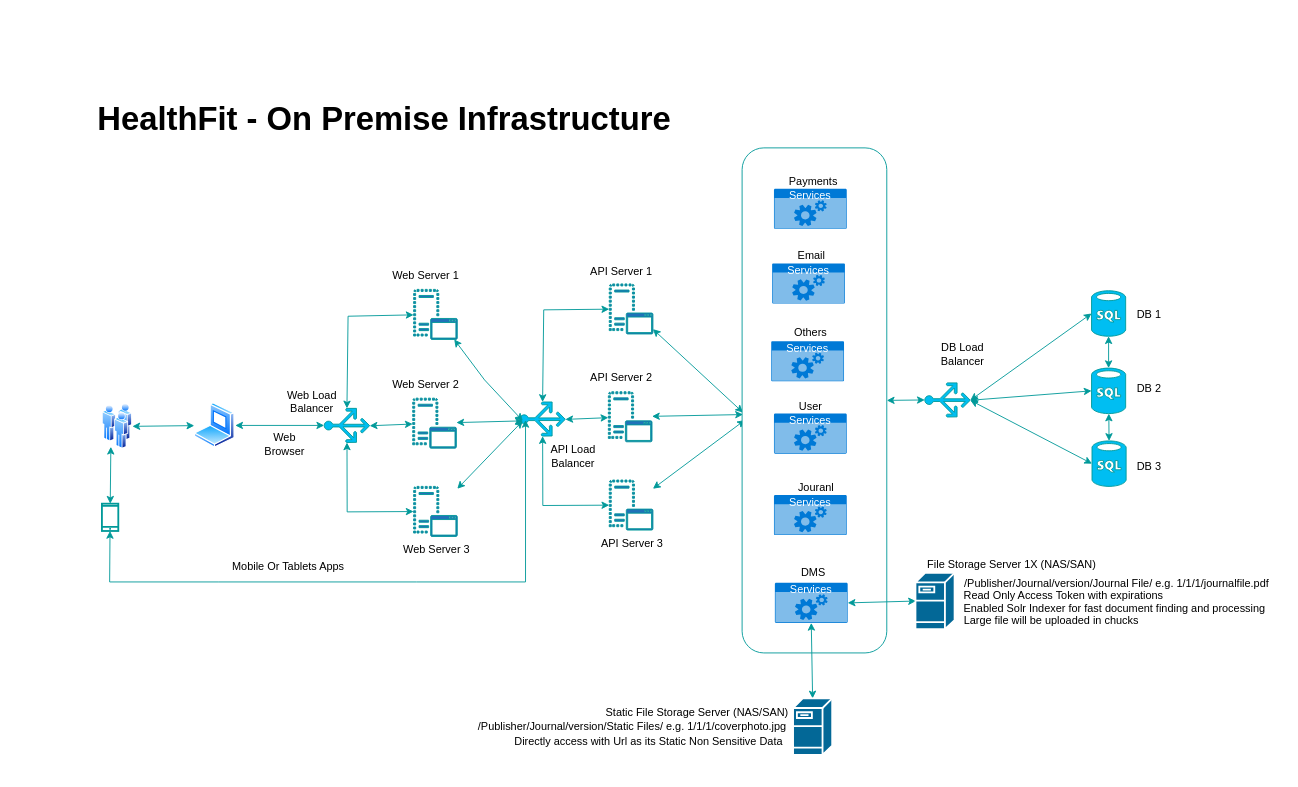
Above: Requirement Documents/HealthFit - Architecture Diagram.drawio in vishalbajad/HealthFit (draw.io), before the change. Source tidied: cells renumbered, new cells numbered last; positions are measured from the earlier drawing's top-left corner, leaving out a move shared by most shapes. Both pictures are drawn from the tidied source at 91%, with x=0, y=0 at pixel (66, 88).
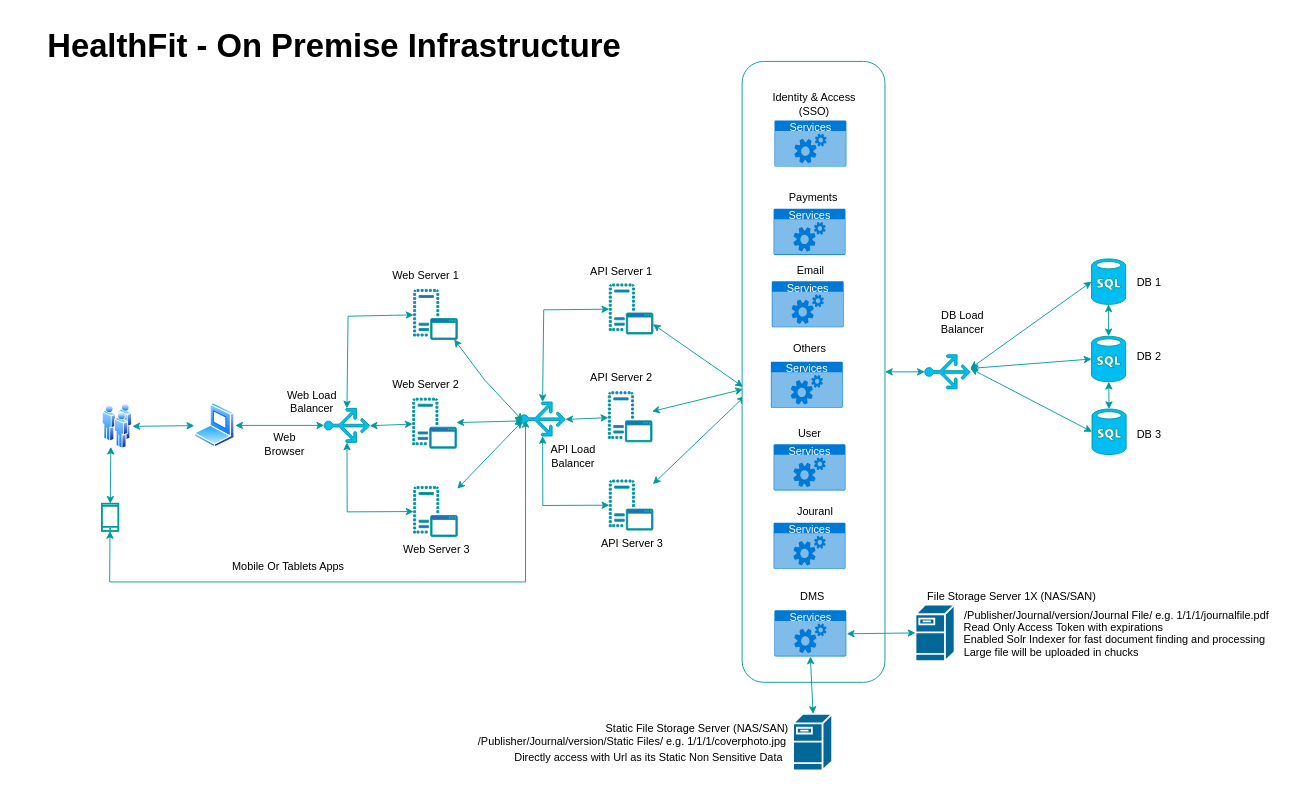
After the change.

Change to the diagram source:
```diff
@@
     <mxCell id="2" style="verticalLabelPosition=bottom;html=1;verticalAlign=top;align=center;strokeColor=#009999;fillColor=#00BEF2;shape=mxgraph.azure.sql_database;" parent="1" vertex="1">
-      <mxGeometry x="1127" y="222" width="37.5" height="50" as="geometry" />
+      <mxGeometry x="1127" y="187" width="37.5" height="50" as="geometry" />
     </mxCell>
     <mxCell id="3" value="DB 1" style="text;html=1;align=center;verticalAlign=middle;strokeColor=#;fillColor=none;" parent="1" vertex="1">
-      <mxGeometry x="1164.5" y="233" width="50" height="30" as="geometry" />
+      <mxGeometry x="1164.5" y="198" width="50" height="30" as="geometry" />
     </mxCell>
     <mxCell id="4" style="verticalLabelPosition=bottom;html=1;verticalAlign=top;align=center;strokeColor=#009999;fillColor=#00BEF2;shape=mxgraph.azure.sql_database;" parent="1" vertex="1">
-      <mxGeometry x="1127.5" y="387" width="37.5" height="50" as="geometry" />
+      <mxGeometry x="1127.5" y="352" width="37.5" height="50" as="geometry" />
     </mxCell>
     <mxCell id="5" value="DB 2" style="text;html=1;align=center;verticalAlign=middle;strokeColor=#;fillColor=none;" parent="1" vertex="1">
-      <mxGeometry x="1165" y="315" width="50" height="30" as="geometry" />
+      <mxGeometry x="1165" y="280" width="50" height="30" as="geometry" />
     </mxCell>
     <mxCell id="6" style="verticalLabelPosition=bottom;html=1;verticalAlign=top;align=center;strokeColor=#009999;fillColor=#00BEF2;shape=mxgraph.azure.sql_database;" parent="1" vertex="1">
-      <mxGeometry x="1127" y="307" width="37.5" height="50" as="geometry" />
+      <mxGeometry x="1127" y="272" width="37.5" height="50" as="geometry" />
     </mxCell>
     <mxCell id="7" value="DB 3" style="text;html=1;align=center;verticalAlign=middle;strokeColor=#;fillColor=none;" parent="1" vertex="1">
-      <mxGeometry x="1164.5" y="400" width="50" height="30" as="geometry" />
+      <mxGeometry x="1164.5" y="365" width="50" height="30" as="geometry" />
     </mxCell>
@@
     <mxCell id="20" style="verticalLabelPosition=bottom;html=1;verticalAlign=top;align=center;strokeColor=#009999;fillColor=#00BEF2;shape=mxgraph.azure.load_balancer_generic;rotation=-90;" parent="1" vertex="1">
-      <mxGeometry x="950" y="317" width="37.5" height="50" as="geometry" />
+      <mxGeometry x="950" y="286.1" width="37.5" height="50" as="geometry" />
     </mxCell>
-    <mxCell id="21" style="endArrow=classic;startArrow=classic;html=1;rounded=0;fillColor=#3399FF;strokeColor=#009999;exitX=0.49;exitY=1;exitDx=0;exitDy=0;exitPerimeter=0;entryX=0;entryY=0.5;entryDx=0;entryDy=0;entryPerimeter=0;" parent="1" edge="1" source="20" target="2">
-      <mxGeometry relative="1" as="geometry" />
+    <mxCell id="21" style="endArrow=classic;startArrow=classic;html=1;rounded=0;fillColor=#3399FF;strokeColor=#009999;exitX=0.49;exitY=1;exitDx=0;exitDy=0;exitPerimeter=0;entryX=0;entryY=0.5;entryDx=0;entryDy=0;entryPerimeter=0;" parent="1" edge="1" target="2">
+      <mxGeometry relative="1" as="geometry">
+        <mxPoint x="993.8" y="307.4" as="sourcePoint" />
+      </mxGeometry>
     </mxCell>
-    <mxCell id="22" style="endArrow=classic;startArrow=classic;html=1;rounded=0;fillColor=#3399FF;strokeColor=#009999;entryX=0;entryY=0.5;entryDx=0;entryDy=0;entryPerimeter=0;exitX=0.49;exitY=1;exitDx=0;exitDy=0;exitPerimeter=0;" parent="1" edge="1" source="20" target="4">
-      <mxGeometry relative="1" as="geometry" />
+    <mxCell id="22" style="endArrow=classic;startArrow=classic;html=1;rounded=0;fillColor=#3399FF;strokeColor=#009999;entryX=0;entryY=0.5;entryDx=0;entryDy=0;entryPerimeter=0;exitX=0.49;exitY=1;exitDx=0;exitDy=0;exitPerimeter=0;" parent="1" edge="1" target="4">
+      <mxGeometry relative="1" as="geometry">
+        <mxPoint x="993.8" y="307.4" as="sourcePoint" />
+      </mxGeometry>
     </mxCell>
-    <mxCell id="23" style="endArrow=classic;startArrow=classic;html=1;rounded=0;fillColor=#3399FF;strokeColor=#009999;exitX=0.49;exitY=1;exitDx=0;exitDy=0;exitPerimeter=0;entryX=0;entryY=0.5;entryDx=0;entryDy=0;entryPerimeter=0;" parent="1" edge="1" source="20" target="6">
-      <mxGeometry relative="1" as="geometry" />
+    <mxCell id="23" style="endArrow=classic;startArrow=classic;html=1;rounded=0;fillColor=#3399FF;strokeColor=#009999;exitX=0.49;exitY=1;exitDx=0;exitDy=0;exitPerimeter=0;entryX=0;entryY=0.5;entryDx=0;entryDy=0;entryPerimeter=0;" parent="1" edge="1" target="6">
+      <mxGeometry relative="1" as="geometry">
+        <mxPoint x="993.8" y="307.4" as="sourcePoint" />
+      </mxGeometry>
     </mxCell>
@@
     <mxCell id="43" value="DB Load &lt;br&gt;Balancer" style="text;html=1;align=center;verticalAlign=middle;strokeColor=#;fillColor=none;" parent="1" vertex="1">
-      <mxGeometry x="950" y="272" width="70" height="40" as="geometry" />
+      <mxGeometry x="950" y="237" width="70" height="40" as="geometry" />
     </mxCell>
@@
     <mxCell id="49" value="&lt;font style=&quot;font-size: 36px;&quot;&gt;HealthFit - On Premise Infrastructure&lt;/font&gt;" style="text;html=1;strokeColor=none;fillColor=none;align=center;verticalAlign=middle;whiteSpace=wrap;rounded=0;fontStyle=1;" parent="1" vertex="1">
-      <mxGeometry width="700.4" height="65" as="geometry" />
+      <mxGeometry x="-55.4" y="-80" width="700.4" height="65" as="geometry" />
     </mxCell>
@@
-    <mxCell id="53" style="group;" parent="1" vertex="1">
-      <mxGeometry x="743" y="65" width="159" height="555" as="geometry" />
-    </mxCell>
+    <mxCell id="69" style="endArrow=classic;startArrow=classic;html=1;rounded=0;fillColor=#3399FF;strokeColor=#009999;entryX=1;entryY=0.5;entryDx=0;entryDy=0;exitX=0.5;exitY=0;exitDx=0;exitDy=0;exitPerimeter=0;" parent="1" edge="1" source="20" target="54">
+      <mxGeometry relative="1" as="geometry" />
+    </mxCell>
+    <mxCell id="70" value="/Publisher/Journal/version/Static Files/ e.g. 1/1/1/coverphoto.jpg" style="text;html=1;align=center;verticalAlign=middle;strokeColor=#;fillColor=none;" parent="1" vertex="1">
+      <mxGeometry x="442" y="703" width="360" height="30" as="geometry" />
+    </mxCell>
+    <mxCell id="71" value="Directly access with Url as its Static Non Sensitive Data" style="text;html=1;align=center;verticalAlign=middle;strokeColor=#;fillColor=none;" parent="1" vertex="1">
+      <mxGeometry x="479.5" y="720" width="320" height="30" as="geometry" />
+    </mxCell>
+    <mxCell id="72" style="shape=mxgraph.cisco.servers.fileserver;html=1;dashed=0;fillColor=#036897;strokeColor=#ffffff;strokeWidth=2;verticalLabelPosition=bottom;verticalAlign=top;align=center;outlineConnect=0;" parent="1" vertex="1">
+      <mxGeometry x="799" y="687" width="43" height="62" as="geometry" />
+    </mxCell>
+    <mxCell id="73" value="Static File Storage Server (NAS/SAN)&amp;nbsp;" style="text;html=1;align=center;verticalAlign=middle;strokeColor=#;fillColor=none;" parent="1" vertex="1">
+      <mxGeometry x="579.5" y="688" width="230" height="30" as="geometry" />
+    </mxCell>
+    <mxCell id="74" style="group;" parent="1" vertex="1">
+      <mxGeometry x="933.5" y="543" width="402.5" height="92" as="geometry" />
+    </mxCell>
+    <mxCell id="75" value="File Storage Server 1X (NAS/SAN)" style="text;html=1;align=center;verticalAlign=middle;strokeColor=#;fillColor=none;" parent="74" vertex="1">
+      <mxGeometry width="210" height="30" as="geometry" />
+    </mxCell>
+    <mxCell id="76" style="group;" parent="74" vertex="1">
+      <mxGeometry y="21" width="402.5" height="68" as="geometry" />
+    </mxCell>
+    <mxCell id="77" value="/Publisher/Journal/version/Journal File/ e.g. 1/1/1/journalfile.pdf&amp;nbsp;" style="text;html=1;align=center;verticalAlign=middle;strokeColor=#;fillColor=none;" parent="76" vertex="1">
+      <mxGeometry x="42.5" width="360" height="30" as="geometry" />
+    </mxCell>
+    <mxCell id="78" value="Read Only Access Token with expirations" style="text;html=1;align=center;verticalAlign=middle;strokeColor=#;fillColor=none;" parent="76" vertex="1">
+      <mxGeometry x="42.5" y="13" width="240" height="30" as="geometry" />
+    </mxCell>
+    <mxCell id="79" value="Enabled Solr Indexer for fast document finding and processing" style="text;html=1;align=center;verticalAlign=middle;strokeColor=#;fillColor=none;" parent="76" vertex="1">
+      <mxGeometry x="38" y="27" width="360" height="30" as="geometry" />
+    </mxCell>
+    <mxCell id="80" style="shape=mxgraph.cisco.servers.fileserver;html=1;dashed=0;fillColor=#036897;strokeColor=#ffffff;strokeWidth=2;verticalLabelPosition=bottom;verticalAlign=top;align=center;outlineConnect=0;" parent="76" vertex="1">
+      <mxGeometry y="3" width="43" height="62" as="geometry" />
+    </mxCell>
+    <mxCell id="81" value="Large file will be uploaded in chucks" style="text;html=1;strokeColor=none;fillColor=none;align=center;verticalAlign=middle;whiteSpace=wrap;rounded=0;" parent="74" vertex="1">
+      <mxGeometry x="37.5" y="62" width="224" height="30" as="geometry" />
+    </mxCell>
-    <mxCell id="54" style="rounded=1;whiteSpace=wrap;html=1;strokeColor=#009999;" parent="53" vertex="1">
-      <mxGeometry width="159" height="555" as="geometry" />
+    <mxCell id="54" style="rounded=1;whiteSpace=wrap;html=1;strokeColor=#009999;" parent="1" vertex="1">
+      <mxGeometry x="743" y="-30" width="157" height="682.3" as="geometry" />
     </mxCell>
-    <mxCell id="55" value="Services" style="html=1;whiteSpace=wrap;strokeColor=none;fillColor=#0079D6;labelPosition=center;verticalLabelPosition=middle;verticalAlign=top;align=center;fontSize=12;spacingTop=-6;fontColor=#FFFFFF;sketch=0;shape=mxgraph.sitemap.services;" parent="53" vertex="1">
-      <mxGeometry x="35" y="292" width="80" height="44" as="geometry" />
+    <mxCell id="55" value="Services" style="html=1;whiteSpace=wrap;strokeColor=none;fillColor=#0079D6;labelPosition=center;verticalLabelPosition=middle;verticalAlign=top;align=center;fontSize=12;spacingTop=-6;fontColor=#FFFFFF;sketch=0;shape=mxgraph.sitemap.services;" parent="1" vertex="1">
+      <mxGeometry x="777.6" y="390.7" width="79" height="50.7" as="geometry" />
     </mxCell>
-    <mxCell id="56" value="Services" style="html=1;whiteSpace=wrap;strokeColor=none;fillColor=#0079D6;labelPosition=center;verticalLabelPosition=middle;verticalAlign=top;align=center;fontSize=12;spacingTop=-6;fontColor=#FFFFFF;sketch=0;shape=mxgraph.sitemap.services;" parent="53" vertex="1">
-      <mxGeometry x="35" y="381.5" width="80" height="44" as="geometry" />
+    <mxCell id="56" value="Services" style="html=1;whiteSpace=wrap;strokeColor=none;fillColor=#0079D6;labelPosition=center;verticalLabelPosition=middle;verticalAlign=top;align=center;fontSize=12;spacingTop=-6;fontColor=#FFFFFF;sketch=0;shape=mxgraph.sitemap.services;" parent="1" vertex="1">
+      <mxGeometry x="777.6" y="476.9" width="79" height="50.7" as="geometry" />
     </mxCell>
-    <mxCell id="57" value="Services" style="html=1;whiteSpace=wrap;strokeColor=none;fillColor=#0079D6;labelPosition=center;verticalLabelPosition=middle;verticalAlign=top;align=center;fontSize=12;outlineConnect=0;spacingTop=-6;fontColor=#FFFFFF;sketch=0;shape=mxgraph.sitemap.services;" parent="53" vertex="1">
-      <mxGeometry x="36" y="478" width="80" height="44" as="geometry" />
+    <mxCell id="57" value="Services" style="html=1;whiteSpace=wrap;strokeColor=none;fillColor=#0079D6;labelPosition=center;verticalLabelPosition=middle;verticalAlign=top;align=center;fontSize=12;outlineConnect=0;spacingTop=-6;fontColor=#FFFFFF;sketch=0;shape=mxgraph.sitemap.services;" parent="1" vertex="1">
+      <mxGeometry x="778.5" y="573.2" width="79" height="50.7" as="geometry" />
     </mxCell>
-    <mxCell id="58" value="User" style="text;html=1;align=center;verticalAlign=middle;strokeColor=#;fillColor=none;" parent="53" vertex="1">
-      <mxGeometry x="50" y="269" width="50" height="30" as="geometry" />
+    <mxCell id="58" value="User" style="text;html=1;align=center;verticalAlign=middle;strokeColor=#;fillColor=none;" parent="1" vertex="1">
+      <mxGeometry x="792.4" y="364.2" width="50" height="30" as="geometry" />
     </mxCell>
-    <mxCell id="59" value="Jouranl" style="text;html=1;align=center;verticalAlign=middle;strokeColor=#;fillColor=none;" parent="53" vertex="1">
-      <mxGeometry x="51" y="358.5" width="60" height="30" as="geometry" />
+    <mxCell id="59" value="Jouranl" style="text;html=1;align=center;verticalAlign=middle;strokeColor=#;fillColor=none;" parent="1" vertex="1">
+      <mxGeometry x="793.4" y="450.4" width="60" height="30" as="geometry" />
     </mxCell>
-    <mxCell id="60" value="DMS" style="text;html=1;align=center;verticalAlign=middle;strokeColor=#;fillColor=none;" parent="53" vertex="1">
-      <mxGeometry x="53" y="452" width="50" height="30" as="geometry" />
+    <mxCell id="60" value="DMS" style="text;html=1;align=center;verticalAlign=middle;strokeColor=#;fillColor=none;" parent="1" vertex="1">
+      <mxGeometry x="795.3" y="543.2" width="50" height="30" as="geometry" />
     </mxCell>
-    <mxCell id="61" value="Services" style="html=1;whiteSpace=wrap;strokeColor=none;fillColor=#0079D6;labelPosition=center;verticalLabelPosition=middle;verticalAlign=top;align=center;fontSize=12;spacingTop=-6;fontColor=#FFFFFF;sketch=0;shape=mxgraph.sitemap.services;" parent="53" vertex="1">
-      <mxGeometry x="32" y="212.5" width="80" height="44" as="geometry" />
+    <mxCell id="61" value="Services" style="html=1;whiteSpace=wrap;strokeColor=none;fillColor=#0079D6;labelPosition=center;verticalLabelPosition=middle;verticalAlign=top;align=center;fontSize=12;spacingTop=-6;fontColor=#FFFFFF;sketch=0;shape=mxgraph.sitemap.services;" parent="1" vertex="1">
+      <mxGeometry x="774.6" y="300" width="79" height="50.7" as="geometry" />
     </mxCell>
-    <mxCell id="62" value="Others" style="text;html=1;align=center;verticalAlign=middle;strokeColor=#;fillColor=none;" parent="53" vertex="1">
-      <mxGeometry x="45" y="187.5" width="60" height="30" as="geometry" />
+    <mxCell id="62" value="Others" style="text;html=1;align=center;verticalAlign=middle;strokeColor=#;fillColor=none;" parent="1" vertex="1">
+      <mxGeometry x="787.4" y="271.2" width="60" height="30" as="geometry" />
     </mxCell>
-    <mxCell id="63" value="Services" style="html=1;whiteSpace=wrap;strokeColor=none;fillColor=#0079D6;labelPosition=center;verticalLabelPosition=middle;verticalAlign=top;align=center;fontSize=12;spacingTop=-6;fontColor=#FFFFFF;sketch=0;shape=mxgraph.sitemap.services;" parent="53" vertex="1">
-      <mxGeometry x="33" y="127" width="80" height="44" as="geometry" />
+    <mxCell id="63" value="Services" style="html=1;whiteSpace=wrap;strokeColor=none;fillColor=#0079D6;labelPosition=center;verticalLabelPosition=middle;verticalAlign=top;align=center;fontSize=12;spacingTop=-6;fontColor=#FFFFFF;sketch=0;shape=mxgraph.sitemap.services;" parent="1" vertex="1">
+      <mxGeometry x="775.6" y="211.5" width="79" height="50.7" as="geometry" />
     </mxCell>
-    <mxCell id="64" value="Email" style="text;html=1;align=center;verticalAlign=middle;strokeColor=#;fillColor=none;" parent="53" vertex="1">
-      <mxGeometry x="51" y="104" width="50" height="30" as="geometry" />
+    <mxCell id="64" value="Email" style="text;html=1;align=center;verticalAlign=middle;strokeColor=#;fillColor=none;" parent="1" vertex="1">
+      <mxGeometry x="793.4" y="184.9" width="50" height="30" as="geometry" />
     </mxCell>
-    <mxCell id="65" value="Services" style="html=1;whiteSpace=wrap;strokeColor=none;fillColor=#0079D6;labelPosition=center;verticalLabelPosition=middle;verticalAlign=top;align=center;fontSize=12;spacingTop=-6;fontColor=#FFFFFF;sketch=0;shape=mxgraph.sitemap.services;" parent="53" vertex="1">
-      <mxGeometry x="35" y="45" width="80" height="44" as="geometry" />
+    <mxCell id="65" value="Services" style="html=1;whiteSpace=wrap;strokeColor=none;fillColor=#0079D6;labelPosition=center;verticalLabelPosition=middle;verticalAlign=top;align=center;fontSize=12;spacingTop=-6;fontColor=#FFFFFF;sketch=0;shape=mxgraph.sitemap.services;" parent="1" vertex="1">
+      <mxGeometry x="777.6" y="131.9" width="79" height="50.7" as="geometry" />
     </mxCell>
-    <mxCell id="66" value="Payments" style="text;html=1;align=center;verticalAlign=middle;strokeColor=#;fillColor=none;" parent="53" vertex="1">
-      <mxGeometry x="38" y="22" width="80" height="30" as="geometry" />
+    <mxCell id="66" value="Payments" style="text;html=1;align=center;verticalAlign=middle;strokeColor=#;fillColor=none;" parent="1" vertex="1">
+      <mxGeometry x="780.5" y="105.4" width="80" height="30" as="geometry" />
     </mxCell>
-    <mxCell id="67" style="endArrow=classic;startArrow=classic;html=1;rounded=0;fillColor=#3399FF;strokeColor=#009999;exitX=0.5;exitY=1;exitDx=0;exitDy=0;exitPerimeter=0;entryX=0.5;entryY=0;entryDx=0;entryDy=0;entryPerimeter=0;" parent="1" edge="1" source="57" target="72">
-      <mxGeometry relative="1" as="geometry" />
-    </mxCell>
-    <mxCell id="68" style="endArrow=classic;startArrow=classic;html=1;rounded=0;fillColor=#3399FF;strokeColor=#009999;entryX=0;entryY=0.5;entryDx=0;entryDy=0;entryPerimeter=0;exitX=1;exitY=0.5;exitDx=0;exitDy=0;exitPerimeter=0;" parent="1" edge="1" source="57">
-      <mxGeometry relative="1" as="geometry">
-        <mxPoint x="934" y="563" as="targetPoint" />
-      </mxGeometry>
-    </mxCell>
-    <mxCell id="69" style="endArrow=classic;startArrow=classic;html=1;rounded=0;fillColor=#3399FF;strokeColor=#009999;entryX=1;entryY=0.5;entryDx=0;entryDy=0;exitX=0.5;exitY=0;exitDx=0;exitDy=0;exitPerimeter=0;" parent="1" edge="1" source="20" target="54">
-      <mxGeometry relative="1" as="geometry" />
-    </mxCell>
-    <mxCell id="70" value="/Publisher/Journal/version/Static Files/ e.g. 1/1/1/coverphoto.jpg" style="text;html=1;align=center;verticalAlign=middle;strokeColor=#;fillColor=none;" parent="1" vertex="1">
-      <mxGeometry x="442" y="686" width="360" height="30" as="geometry" />
-    </mxCell>
-    <mxCell id="71" value="Directly access with Url as its Static Non Sensitive Data" style="text;html=1;align=center;verticalAlign=middle;strokeColor=#;fillColor=none;" parent="1" vertex="1">
-      <mxGeometry x="479.5" y="703" width="320" height="30" as="geometry" />
-    </mxCell>
-    <mxCell id="72" style="shape=mxgraph.cisco.servers.fileserver;html=1;dashed=0;fillColor=#036897;strokeColor=#ffffff;strokeWidth=2;verticalLabelPosition=bottom;verticalAlign=top;align=center;outlineConnect=0;" parent="1" vertex="1">
-      <mxGeometry x="799" y="670" width="43" height="62" as="geometry" />
-    </mxCell>
-    <mxCell id="73" value="Static File Storage Server (NAS/SAN)&amp;nbsp;" style="text;html=1;align=center;verticalAlign=middle;strokeColor=#;fillColor=none;" parent="1" vertex="1">
-      <mxGeometry x="579.5" y="671" width="230" height="30" as="geometry" />
-    </mxCell>
-    <mxCell id="74" style="group;" parent="1" vertex="1">
-      <mxGeometry x="933.5" y="508" width="402.5" height="92" as="geometry" />
-    </mxCell>
-    <mxCell id="75" value="File Storage Server 1X (NAS/SAN)" style="text;html=1;align=center;verticalAlign=middle;strokeColor=#;fillColor=none;" parent="74" vertex="1">
-      <mxGeometry width="210" height="30" as="geometry" />
-    </mxCell>
-    <mxCell id="76" style="group;" parent="74" vertex="1">
-      <mxGeometry y="21" width="402.5" height="68" as="geometry" />
-    </mxCell>
-    <mxCell id="77" value="/Publisher/Journal/version/Journal File/ e.g. 1/1/1/journalfile.pdf&amp;nbsp;" style="text;html=1;align=center;verticalAlign=middle;strokeColor=#;fillColor=none;" parent="76" vertex="1">
-      <mxGeometry x="42.5" width="360" height="30" as="geometry" />
-    </mxCell>
-    <mxCell id="78" value="Read Only Access Token with expirations" style="text;html=1;align=center;verticalAlign=middle;strokeColor=#;fillColor=none;" parent="76" vertex="1">
-      <mxGeometry x="42.5" y="13" width="240" height="30" as="geometry" />
-    </mxCell>
-    <mxCell id="79" value="Enabled Solr Indexer for fast document finding and processing" style="text;html=1;align=center;verticalAlign=middle;strokeColor=#;fillColor=none;" parent="76" vertex="1">
-      <mxGeometry x="38" y="27" width="360" height="30" as="geometry" />
-    </mxCell>
-    <mxCell id="80" style="shape=mxgraph.cisco.servers.fileserver;html=1;dashed=0;fillColor=#036897;strokeColor=#ffffff;strokeWidth=2;verticalLabelPosition=bottom;verticalAlign=top;align=center;outlineConnect=0;" parent="76" vertex="1">
-      <mxGeometry y="3" width="43" height="62" as="geometry" />
-    </mxCell>
-    <mxCell id="81" value="Large file will be uploaded in chucks" style="text;html=1;strokeColor=none;fillColor=none;align=center;verticalAlign=middle;whiteSpace=wrap;rounded=0;" parent="74" vertex="1">
-      <mxGeometry x="37.5" y="62" width="224" height="30" as="geometry" />
-    </mxCell>
+    <mxCell id="82" value="Services" style="html=1;whiteSpace=wrap;strokeColor=none;fillColor=#0079D6;labelPosition=center;verticalLabelPosition=middle;verticalAlign=top;align=center;fontSize=12;spacingTop=-6;fontColor=#FFFFFF;sketch=0;shape=mxgraph.sitemap.services;" parent="1" vertex="1">
+      <mxGeometry x="778.6" y="34.9" width="79" height="50.7" as="geometry" />
+    </mxCell>
+    <mxCell id="83" value="Identity &amp;amp; Access&lt;br&gt;(SSO)" style="text;html=1;align=center;verticalAlign=middle;strokeColor=#;fillColor=none;" parent="1" vertex="1">
+      <mxGeometry x="766.5" y="-2.6" width="110" height="40" as="geometry" />
+    </mxCell>
+    <mxCell id="84" style="endArrow=classic;startArrow=classic;html=1;rounded=0;fillColor=#3399FF;strokeColor=#009999;entryX=0;entryY=0.5;entryDx=0;entryDy=0;entryPerimeter=0;exitX=1;exitY=0.5;exitDx=0;exitDy=0;exitPerimeter=0;" parent="1" edge="1" target="80">
+      <mxGeometry relative="1" as="geometry">
+        <mxPoint x="858" y="599" as="sourcePoint" />
+      </mxGeometry>
+    </mxCell>
+    <mxCell id="85" style="endArrow=classic;startArrow=classic;html=1;rounded=0;fillColor=#3399FF;strokeColor=#009999;exitX=0.5;exitY=1;exitDx=0;exitDy=0;exitPerimeter=0;entryX=0.5;entryY=0;entryDx=0;entryDy=0;entryPerimeter=0;" parent="1" edge="1">
+      <mxGeometry relative="1" as="geometry">
+        <mxPoint x="818" y="624" as="sourcePoint" />
+        <mxPoint x="821" y="687" as="targetPoint" />
+      </mxGeometry>
+    </mxCell>
```
